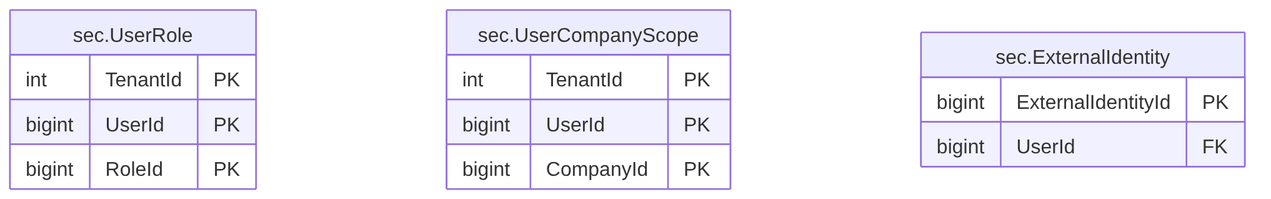
The Mermaid diagram treasury-platform/docs/diagrams/erd/m0_identity_2.png in thawrasy/smartlines, before a commit. Its source is kept beside it as treasury-platform/docs/diagrams/erd/m0_identity_2.mmd.
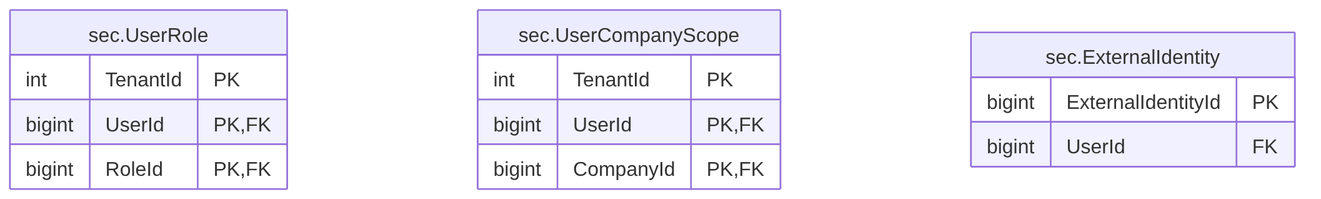
The same diagram one commit later.

The edit, as a diff of the source:
```diff
@@ -1,13 +1,13 @@
 erDiagram
   sec_UserRole["sec.UserRole"] {
     int TenantId PK
-    bigint UserId PK
-    bigint RoleId PK
+    bigint UserId PK, FK
+    bigint RoleId PK, FK
   }
   sec_UserCompanyScope["sec.UserCompanyScope"] {
     int TenantId PK
-    bigint UserId PK
-    bigint CompanyId PK
+    bigint UserId PK, FK
+    bigint CompanyId PK, FK
   }
   sec_ExternalIdentity["sec.ExternalIdentity"] {
     bigint ExternalIdentityId PK
```
